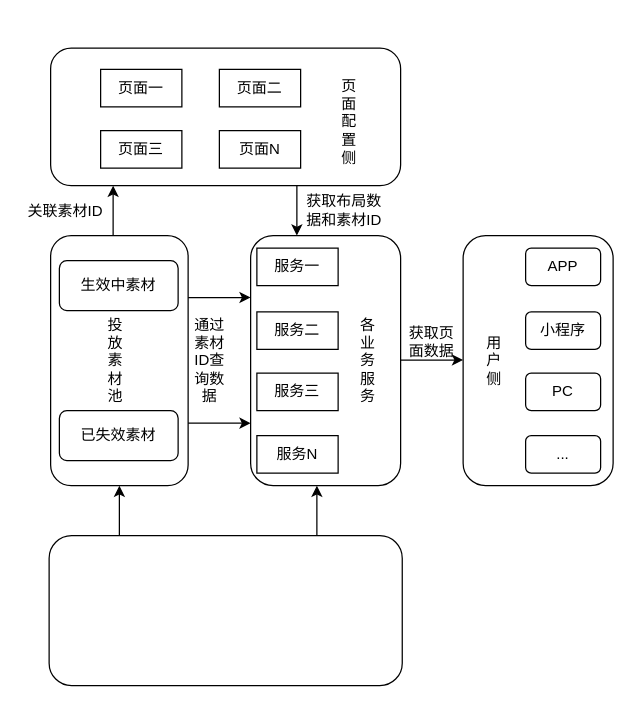
Earlier version of the draw.io diagram 自动激活方案.drawio (wushenchao/dro). Source tidied: cells renumbered, new cells numbered last; positions are measured from the earlier drawing's top-left corner, leaving out a move shared by most shapes. Both pictures are drawn from the tidied source at 125%, with x=0, y=0 at pixel (21, 21).
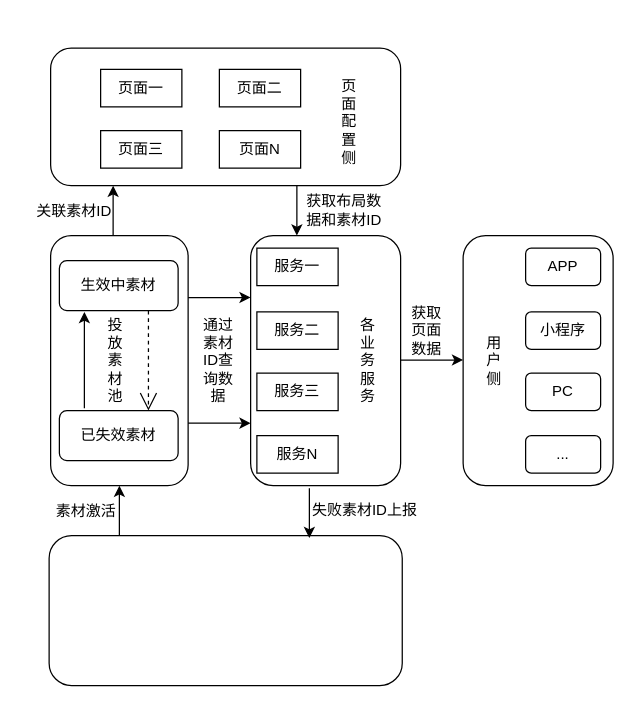
After the change.

Commit message (it also covers changes not shown here):
更新自动激活方案.drawio

The change refers to these unchanged cells:
```xml
<mxCell id="4" value="生效中素材" style="rounded=1;whiteSpace=wrap;html=1;" parent="1" vertex="1">
  <mxGeometry x="30" y="191" width="95" height="40" as="geometry" />
</mxCell>
<mxCell id="5" value="已失效素材" style="rounded=1;whiteSpace=wrap;html=1;" parent="1" vertex="1">
  <mxGeometry x="30" y="311" width="95" height="40" as="geometry" />
</mxCell>
```

What changed in the source:
```diff
@@
     <mxCell id="27" value="关联素材ID" style="text;html=1;strokeColor=none;fillColor=none;align=center;verticalAlign=middle;whiteSpace=wrap;rounded=0;" parent="1" vertex="1">
-      <mxGeometry y="137" width="70" height="30" as="geometry" />
+      <mxGeometry x="7" y="137" width="70" height="30" as="geometry" />
     </mxCell>
@@
-    <mxCell id="29" style="endArrow=classic;html=1;rounded=0;" parent="1" edge="1" target="30">
-      <mxGeometry relative="1" as="geometry">
-        <mxPoint x="133" y="320.5" as="sourcePoint" />
-      </mxGeometry>
-    </mxCell>
     <mxCell id="30" value="通过素材ID查询数据" style="text;html=1;strokeColor=none;fillColor=none;align=center;verticalAlign=middle;whiteSpace=wrap;rounded=0;" parent="1" vertex="1">
-      <mxGeometry x="133" y="161" width="35" height="220" as="geometry" />
+      <mxGeometry x="143" y="216" width="29" height="110" as="geometry" />
     </mxCell>
@@
-    <mxCell id="32" value="获取页&lt;br&gt;面数据" style="text;html=1;strokeColor=none;fillColor=none;align=center;verticalAlign=middle;whiteSpace=wrap;rounded=0;" parent="1" vertex="1">
-      <mxGeometry x="293" y="241" width="70" height="30" as="geometry" />
+    <mxCell id="32" value="获取&lt;br&gt;页面&lt;br&gt;数据" style="text;html=1;strokeColor=none;fillColor=none;align=center;verticalAlign=middle;whiteSpace=wrap;rounded=0;" parent="1" vertex="1">
+      <mxGeometry x="304.2" y="197" width="40" height="100" as="geometry" />
     </mxCell>
@@
-    <mxCell id="36" style="endArrow=classic;html=1;rounded=0;" parent="1" edge="1">
-      <mxGeometry relative="1" as="geometry">
-        <mxPoint x="236" y="411" as="sourcePoint" />
-        <mxPoint x="236" y="371" as="targetPoint" />
-      </mxGeometry>
-    </mxCell>
+    <mxCell id="37" value="素材激活" style="text;html=1;align=center;verticalAlign=middle;strokeColor=none;fillColor=none;" parent="1" vertex="1">
+      <mxGeometry x="16" y="377" width="70" height="30" as="geometry" />
+    </mxCell>
+    <mxCell id="38" style="endArrow=classic;html=1;rounded=0;exitX=0.189;exitY=-0.05;exitDx=0;exitDy=0;exitPerimeter=0;" parent="1" edge="1">
+      <mxGeometry relative="1" as="geometry">
+        <mxPoint x="50" y="309" as="sourcePoint" />
+        <mxPoint x="50" y="232" as="targetPoint" />
+      </mxGeometry>
+    </mxCell>
+    <mxCell id="39" style="endArrow=open;endSize=12;dashed=1;html=1;rounded=0;entryX=0.75;entryY=0;entryDx=0;entryDy=0;exitX=0.75;exitY=1;exitDx=0;exitDy=0;" parent="1" edge="1" source="4" target="5">
+      <mxGeometry relative="1" as="geometry" />
+    </mxCell>
+    <mxCell id="40" style="endArrow=classic;html=1;rounded=0;" parent="1" edge="1">
+      <mxGeometry relative="1" as="geometry">
+        <mxPoint x="230" y="373" as="sourcePoint" />
+        <mxPoint x="230" y="413" as="targetPoint" />
+      </mxGeometry>
+    </mxCell>
+    <mxCell id="41" value="失败素材ID上报" style="text;html=1;align=center;verticalAlign=middle;strokeColor=none;fillColor=none;" parent="1" vertex="1">
+      <mxGeometry x="219" y="376" width="110" height="30" as="geometry" />
+    </mxCell>
```
